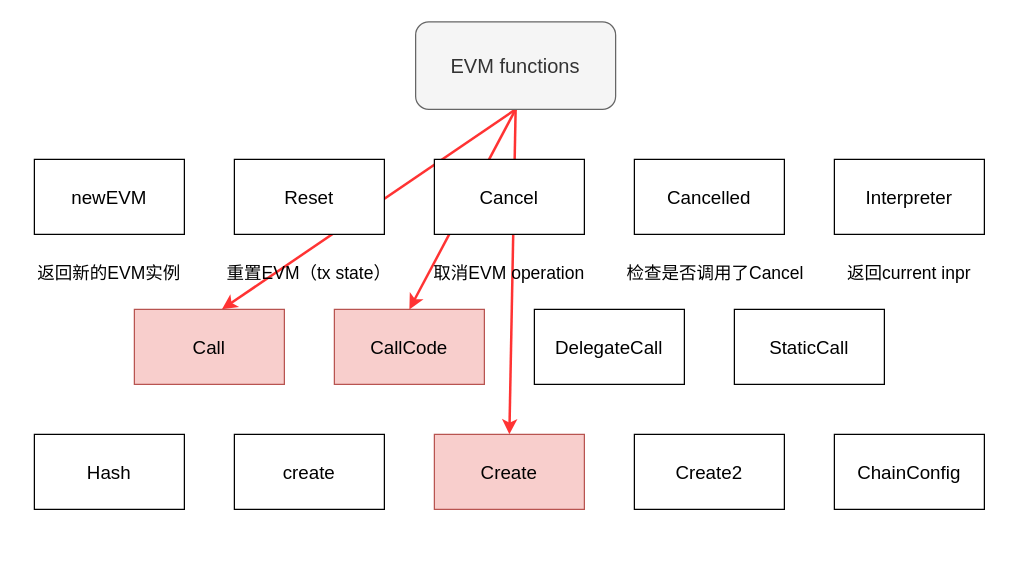
0xyicheng/a-research-diagram keeps this draw.io diagram as evm/evm.go & down.drawio. Above is the earlier version. Source tidied: cells renumbered, new cells numbered last; positions are measured from the earlier drawing's top-left corner, leaving out a move shared by most shapes. Both pictures are drawn from the tidied source at 125%, with x=0, y=0 at pixel (21, 21).
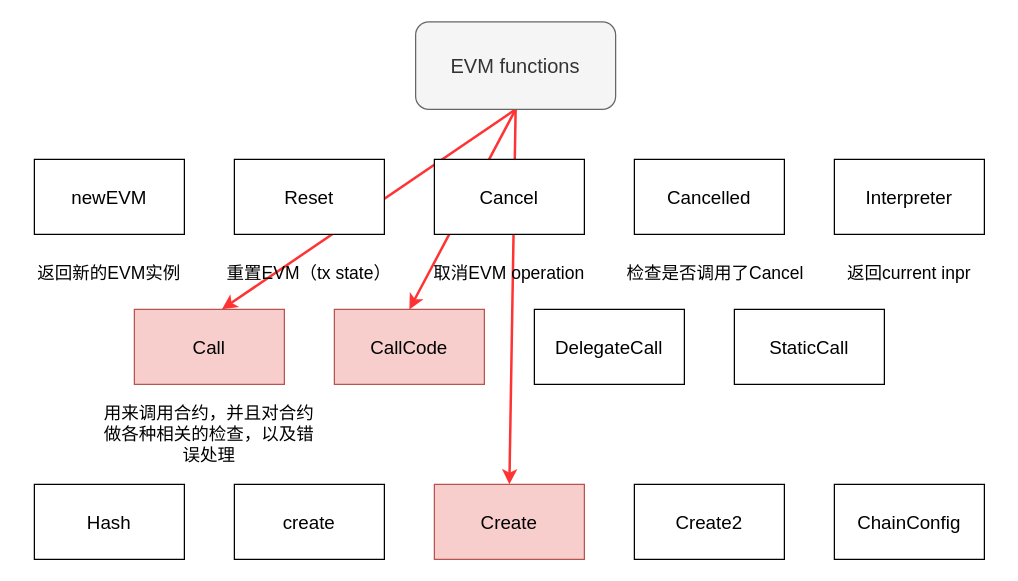
The same page after the edit.

Diff of the diagram source:
```diff
@@
     <mxCell id="20" value="&lt;font style=&quot;font-size: 15px;&quot;&gt;Hash&lt;/font&gt;" style="rounded=0;whiteSpace=wrap;html=1;fontSize=16;" parent="1" vertex="1">
-      <mxGeometry x="10" y="330" width="120" height="60" as="geometry" />
+      <mxGeometry x="10" y="370" width="120" height="60" as="geometry" />
     </mxCell>
     <mxCell id="21" value="&lt;span style=&quot;font-size: 15px;&quot;&gt;create&lt;/span&gt;" style="rounded=0;whiteSpace=wrap;html=1;fontSize=16;" parent="1" vertex="1">
-      <mxGeometry x="170" y="330" width="120" height="60" as="geometry" />
+      <mxGeometry x="170" y="370" width="120" height="60" as="geometry" />
     </mxCell>
     <mxCell id="22" value="&lt;span style=&quot;font-size: 15px;&quot;&gt;Create&lt;/span&gt;" style="rounded=0;whiteSpace=wrap;html=1;fontSize=16;fillColor=#f8cecc;strokeColor=#b85450;" parent="1" vertex="1">
-      <mxGeometry x="330" y="330" width="120" height="60" as="geometry" />
+      <mxGeometry x="330" y="370" width="120" height="60" as="geometry" />
     </mxCell>
     <mxCell id="23" value="&lt;span style=&quot;font-size: 15px;&quot;&gt;Create2&lt;/span&gt;" style="rounded=0;whiteSpace=wrap;html=1;fontSize=16;" parent="1" vertex="1">
-      <mxGeometry x="490" y="330" width="120" height="60" as="geometry" />
+      <mxGeometry x="490" y="370" width="120" height="60" as="geometry" />
     </mxCell>
     <mxCell id="24" value="&lt;span style=&quot;font-size: 15px;&quot;&gt;ChainConfig&lt;/span&gt;" style="rounded=0;whiteSpace=wrap;html=1;fontSize=16;" parent="1" vertex="1">
-      <mxGeometry x="650" y="330" width="120" height="60" as="geometry" />
+      <mxGeometry x="650" y="370" width="120" height="60" as="geometry" />
     </mxCell>
+    <mxCell id="25" value="用来调用合约，并且对合约做各种相关的检查，以及错误处理" style="text;html=1;strokeColor=none;fillColor=none;align=center;verticalAlign=middle;whiteSpace=wrap;rounded=0;fontSize=14;" parent="1" vertex="1">
+      <mxGeometry x="60" y="300" width="180" height="60" as="geometry" />
+    </mxCell>
```
